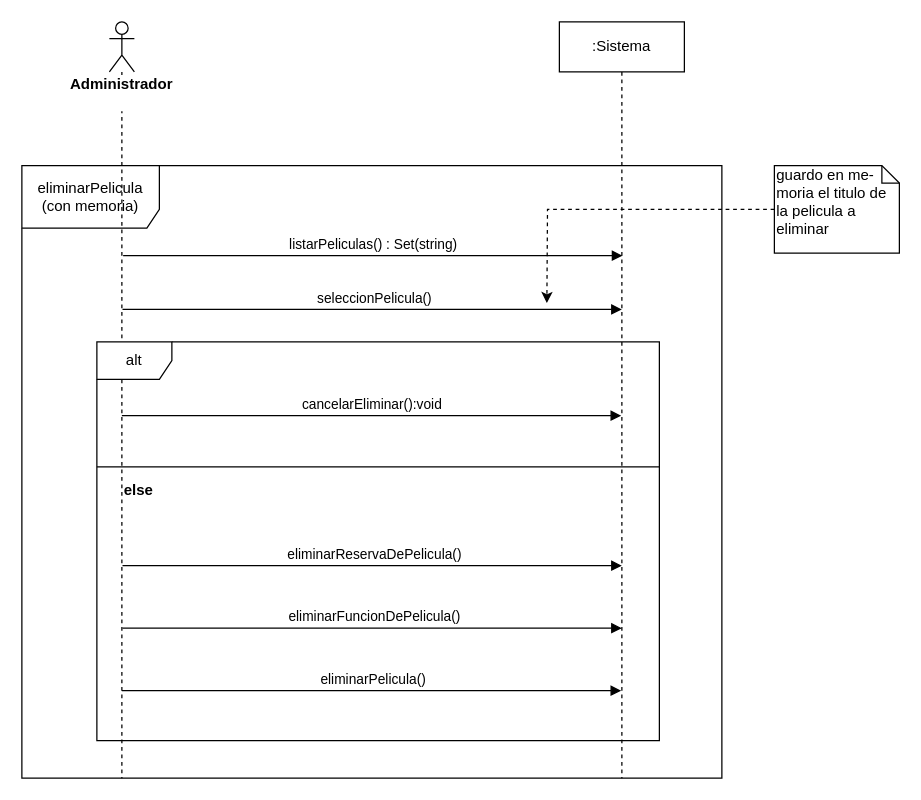
febentancor/ObligatorioPAV keeps this draw.io diagram as DSS_y_Contratos/eliminarPeliculas.drawio. Above is the earlier version. Source tidied: cells renumbered, new cells numbered last; positions are measured from the earlier drawing's top-left corner, leaving out a move shared by most shapes. Both pictures are drawn from the tidied source at 125%, with x=0, y=0 at pixel (21, 21).
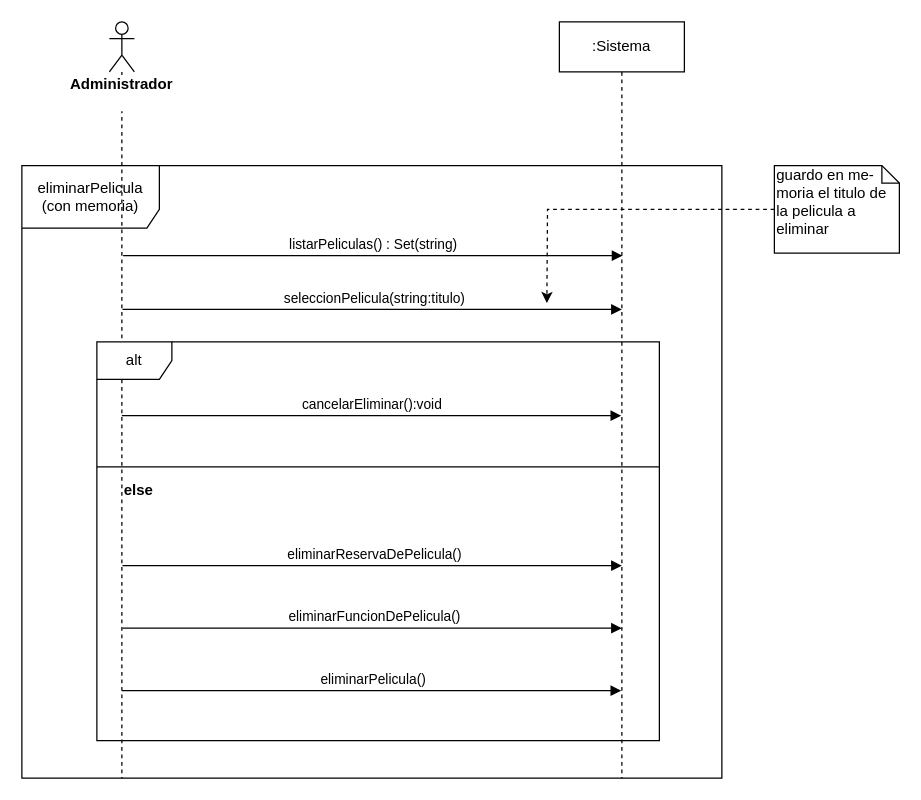
The same page after the edit.

Commit message (it also covers changes not shown here):
eliminar peliculas correccion3

What changed in the source:
```diff
@@
-    <mxCell id="9" value="seleccionPelicula()" style="html=1;verticalAlign=bottom;endArrow=block;" parent="1" edge="1">
+    <mxCell id="9" value="seleccionPelicula(string:titulo)" style="html=1;verticalAlign=bottom;endArrow=block;" parent="1" edge="1">
       <mxGeometry relative="1" as="geometry">
         <mxPoint x="80.5" y="230" as="sourcePoint" />
         <mxPoint x="480" y="230" as="targetPoint" />
         <mxPoint x="1" as="offset" />
       </mxGeometry>
     </mxCell>
```
